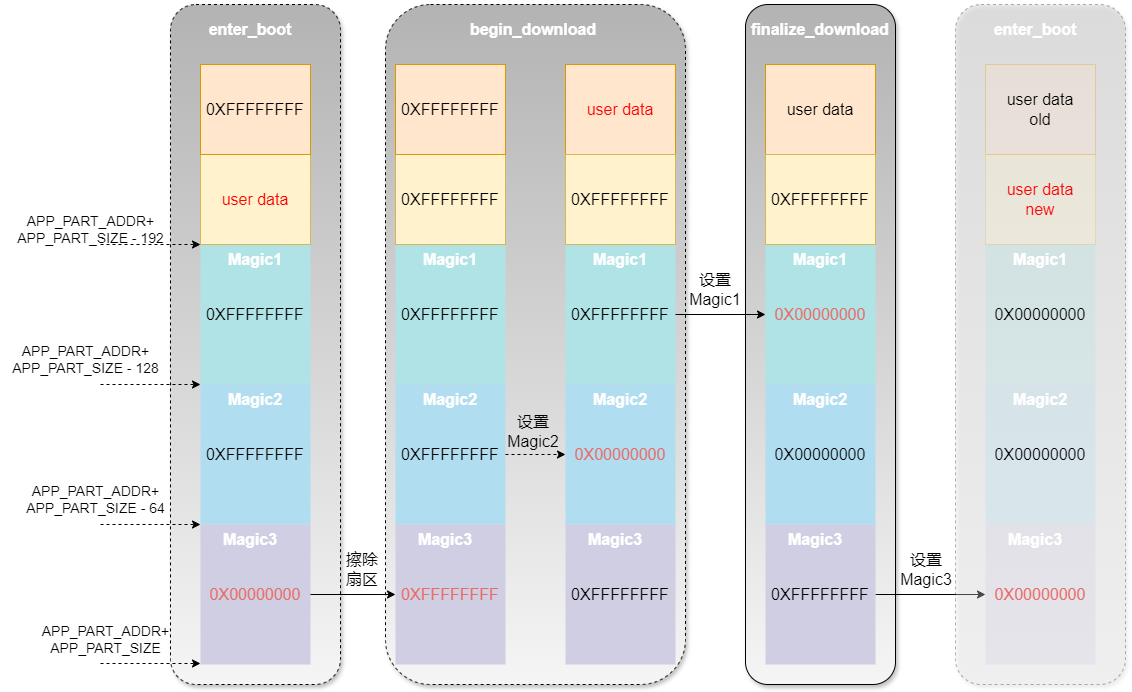
Before: docs/images/flash_user.png, a diagram exported from draw.io (Aladdin-Wang/MicroBoot). Source tidied: cells renumbered, new cells last; positions are measured from the earlier drawing's top-left corner, leaving out a move shared by most shapes.
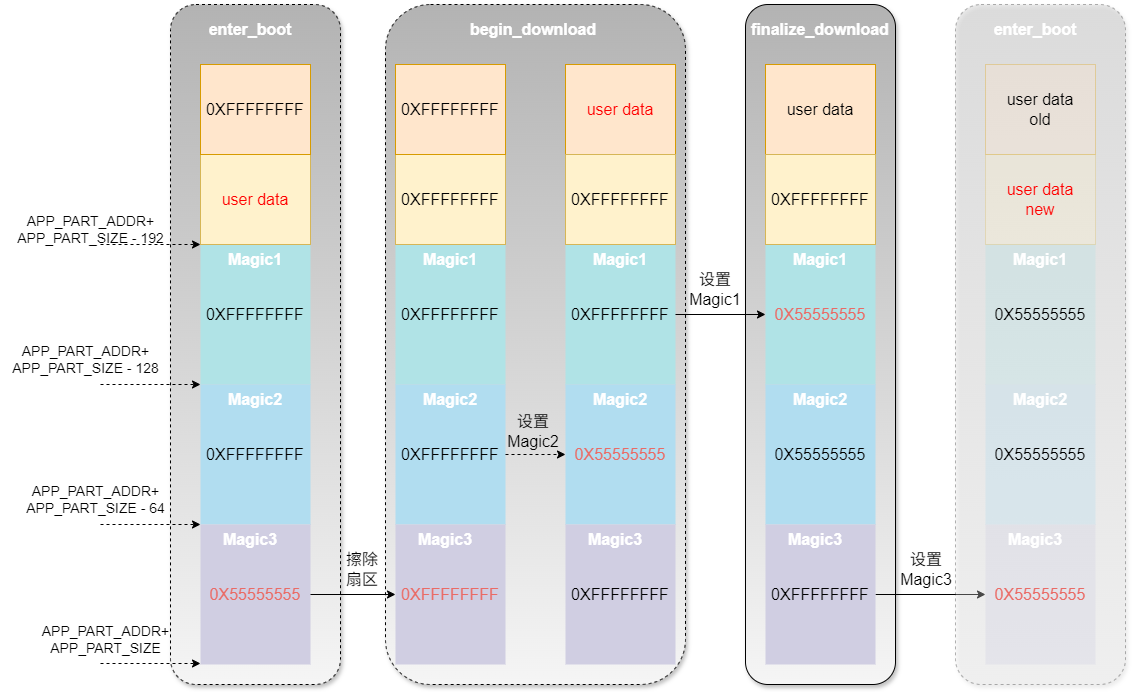
The same file after the commit.

Change to the diagram source:
```diff
@@ -17,7 +17,7 @@
     <mxCell id="6" value="&lt;span style=&quot;font-size: 16px;&quot;&gt;0XFFFFFFFF&lt;/span&gt;" style="rounded=0;whiteSpace=wrap;html=1;fillColor=#b1ddf0;strokeColor=none;gradientDirection=north;" parent="1" vertex="1">
       <mxGeometry x="200" y="380" width="110" height="140" as="geometry" />
     </mxCell>
-    <mxCell id="7" value="&lt;span style=&quot;font-size: 16px;&quot;&gt;&lt;font color=&quot;#ea6b66&quot;&gt;0X00000000&lt;/font&gt;&lt;/span&gt;" style="rounded=0;whiteSpace=wrap;html=1;fillColor=#d0cee2;strokeColor=none;gradientDirection=north;" parent="1" vertex="1">
+    <mxCell id="7" value="&lt;span style=&quot;font-size: 16px;&quot;&gt;&lt;font color=&quot;#ea6b66&quot;&gt;0X55555555&lt;/font&gt;&lt;/span&gt;" style="rounded=0;whiteSpace=wrap;html=1;fillColor=#d0cee2;strokeColor=none;gradientDirection=north;" parent="1" vertex="1">
       <mxGeometry x="200" y="520" width="110" height="140" as="geometry" />
     </mxCell>
     <mxCell id="8" style="endArrow=classic;html=1;rounded=0;entryX=0;entryY=0;entryDx=0;entryDy=0;dashed=1;" parent="1" edge="1" target="5">
@@ -85,7 +85,7 @@
     <mxCell id="25" value="&lt;font style=&quot;font-size: 16px;&quot;&gt;0XFFFFFFFF&lt;/font&gt;" style="rounded=0;whiteSpace=wrap;html=1;fillColor=#b0e3e6;strokeColor=none;gradientDirection=north;" parent="1" vertex="1">
       <mxGeometry x="565" y="240" width="110" height="140" as="geometry" />
     </mxCell>
-    <mxCell id="26" value="&lt;span style=&quot;font-size: 16px;&quot;&gt;&lt;font color=&quot;#ea6b66&quot;&gt;0X00000000&lt;/font&gt;&lt;/span&gt;" style="rounded=0;whiteSpace=wrap;html=1;fillColor=#b1ddf0;strokeColor=none;gradientDirection=north;" parent="1" vertex="1">
+    <mxCell id="26" value="&lt;span style=&quot;font-size: 16px;&quot;&gt;&lt;font color=&quot;#ea6b66&quot;&gt;0X55555555&lt;/font&gt;&lt;/span&gt;" style="rounded=0;whiteSpace=wrap;html=1;fillColor=#b1ddf0;strokeColor=none;gradientDirection=north;" parent="1" vertex="1">
       <mxGeometry x="565" y="380" width="110" height="140" as="geometry" />
     </mxCell>
     <mxCell id="27" value="&lt;span style=&quot;font-size: 16px;&quot;&gt;0XFFFFFFFF&lt;/span&gt;" style="rounded=0;whiteSpace=wrap;html=1;fillColor=#d0cee2;strokeColor=none;gradientDirection=north;" parent="1" vertex="1">
@@ -108,10 +108,10 @@
         <mxPoint x="505" y="450" as="sourcePoint" />
       </mxGeometry>
     </mxCell>
-    <mxCell id="33" value="&lt;font color=&quot;#ea6b66&quot; style=&quot;font-size: 16px;&quot;&gt;0X00000000&lt;/font&gt;" style="rounded=0;whiteSpace=wrap;html=1;fillColor=#b0e3e6;strokeColor=none;gradientDirection=north;shadow=0;" parent="1" vertex="1">
+    <mxCell id="33" value="&lt;font color=&quot;#ea6b66&quot; style=&quot;font-size: 16px;&quot;&gt;0X55555555&lt;/font&gt;" style="rounded=0;whiteSpace=wrap;html=1;fillColor=#b0e3e6;strokeColor=none;gradientDirection=north;shadow=0;" parent="1" vertex="1">
       <mxGeometry x="765" y="240" width="110" height="140" as="geometry" />
     </mxCell>
-    <mxCell id="34" value="&lt;span style=&quot;font-size: 16px;&quot;&gt;0X00000000&lt;/span&gt;" style="rounded=0;whiteSpace=wrap;html=1;fillColor=#b1ddf0;strokeColor=none;gradientDirection=north;" parent="1" vertex="1">
+    <mxCell id="34" value="&lt;span style=&quot;font-size: 16px;&quot;&gt;0X55555555&lt;/span&gt;" style="rounded=0;whiteSpace=wrap;html=1;fillColor=#b1ddf0;strokeColor=none;gradientDirection=north;" parent="1" vertex="1">
       <mxGeometry x="765" y="380" width="110" height="140" as="geometry" />
     </mxCell>
     <mxCell id="35" style="edgeStyle=orthogonalEdgeStyle;rounded=0;jettySize=auto;html=1;exitX=1;exitY=0.5;exitDx=0;exitDy=0;entryX=0;entryY=0.5;entryDx=0;entryDy=0;" parent="1" edge="1" source="36" target="50">
@@ -153,13 +153,13 @@
     <mxCell id="47" style="rounded=1;whiteSpace=wrap;html=1;dashed=1;fillColor=#f5f5f5;strokeColor=default;gradientDirection=north;shadow=1;gradientColor=#b3b3b3;opacity=30;" parent="1" vertex="1">
       <mxGeometry x="955" width="170" height="680" as="geometry" />
     </mxCell>
-    <mxCell id="48" value="&lt;font style=&quot;font-size: 16px;&quot;&gt;0X00000000&lt;/font&gt;" style="rounded=0;whiteSpace=wrap;html=1;fillColor=#b0e3e6;strokeColor=none;gradientDirection=north;opacity=30;" parent="1" vertex="1">
+    <mxCell id="48" value="&lt;font style=&quot;font-size: 16px;&quot;&gt;0X55555555&lt;/font&gt;" style="rounded=0;whiteSpace=wrap;html=1;fillColor=#b0e3e6;strokeColor=none;gradientDirection=north;opacity=30;" parent="1" vertex="1">
       <mxGeometry x="985" y="240" width="110" height="140" as="geometry" />
     </mxCell>
-    <mxCell id="49" value="&lt;span style=&quot;font-size: 16px;&quot;&gt;0X00000000&lt;/span&gt;" style="rounded=0;whiteSpace=wrap;html=1;fillColor=#b1ddf0;strokeColor=none;gradientDirection=north;opacity=30;" parent="1" vertex="1">
+    <mxCell id="49" value="&lt;span style=&quot;font-size: 16px;&quot;&gt;0X55555555&lt;/span&gt;" style="rounded=0;whiteSpace=wrap;html=1;fillColor=#b1ddf0;strokeColor=none;gradientDirection=north;opacity=30;" parent="1" vertex="1">
       <mxGeometry x="985" y="380" width="110" height="140" as="geometry" />
     </mxCell>
-    <mxCell id="50" value="&lt;span style=&quot;font-size: 16px;&quot;&gt;&lt;font color=&quot;#ea6b66&quot;&gt;0X00000000&lt;/font&gt;&lt;/span&gt;" style="rounded=0;whiteSpace=wrap;html=1;fillColor=#d0cee2;strokeColor=none;gradientDirection=north;opacity=30;" parent="1" vertex="1">
+    <mxCell id="50" value="&lt;span style=&quot;font-size: 16px;&quot;&gt;&lt;font color=&quot;#ea6b66&quot;&gt;0X55555555&lt;/font&gt;&lt;/span&gt;" style="rounded=0;whiteSpace=wrap;html=1;fillColor=#d0cee2;strokeColor=none;gradientDirection=north;opacity=30;" parent="1" vertex="1">
       <mxGeometry x="985" y="520" width="110" height="140" as="geometry" />
     </mxCell>
     <mxCell id="51" value="&lt;font color=&quot;#ffffff&quot; style=&quot;font-size: 16px;&quot;&gt;&lt;b&gt;Magic1&lt;/b&gt;&lt;/font&gt;" style="text;html=1;align=center;verticalAlign=middle;whiteSpace=wrap;rounded=0;opacity=30;" parent="1" vertex="1">
```
